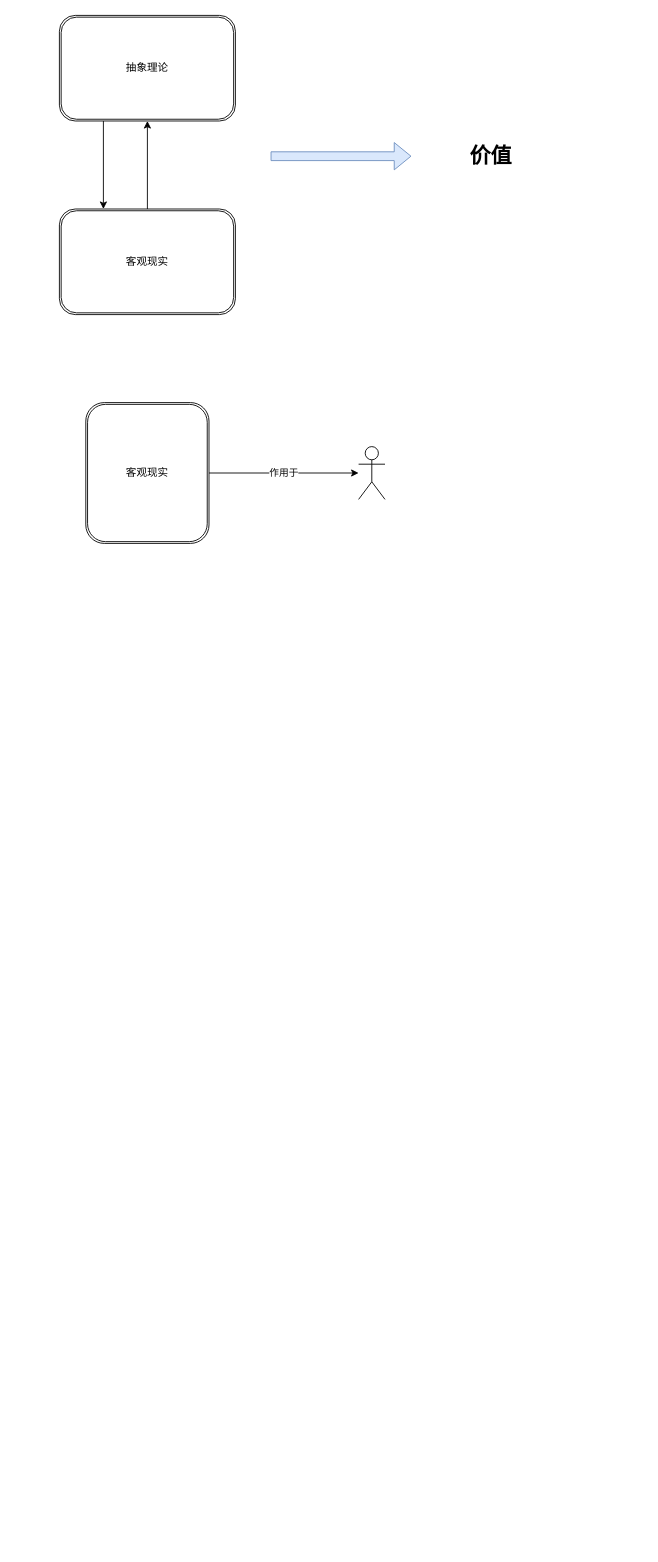
This is page "Page-8" (8 of 8) of snail_process.drawio from cpu6660/knight, a draw.io file, before an edit. Source tidied: cells renumbered, new cells numbered last; positions are measured from the earlier drawing's top-left corner, leaving out a move shared by most shapes. Both pictures are drawn from the tidied source at 88%, with x=0, y=0 at pixel (59, 15).
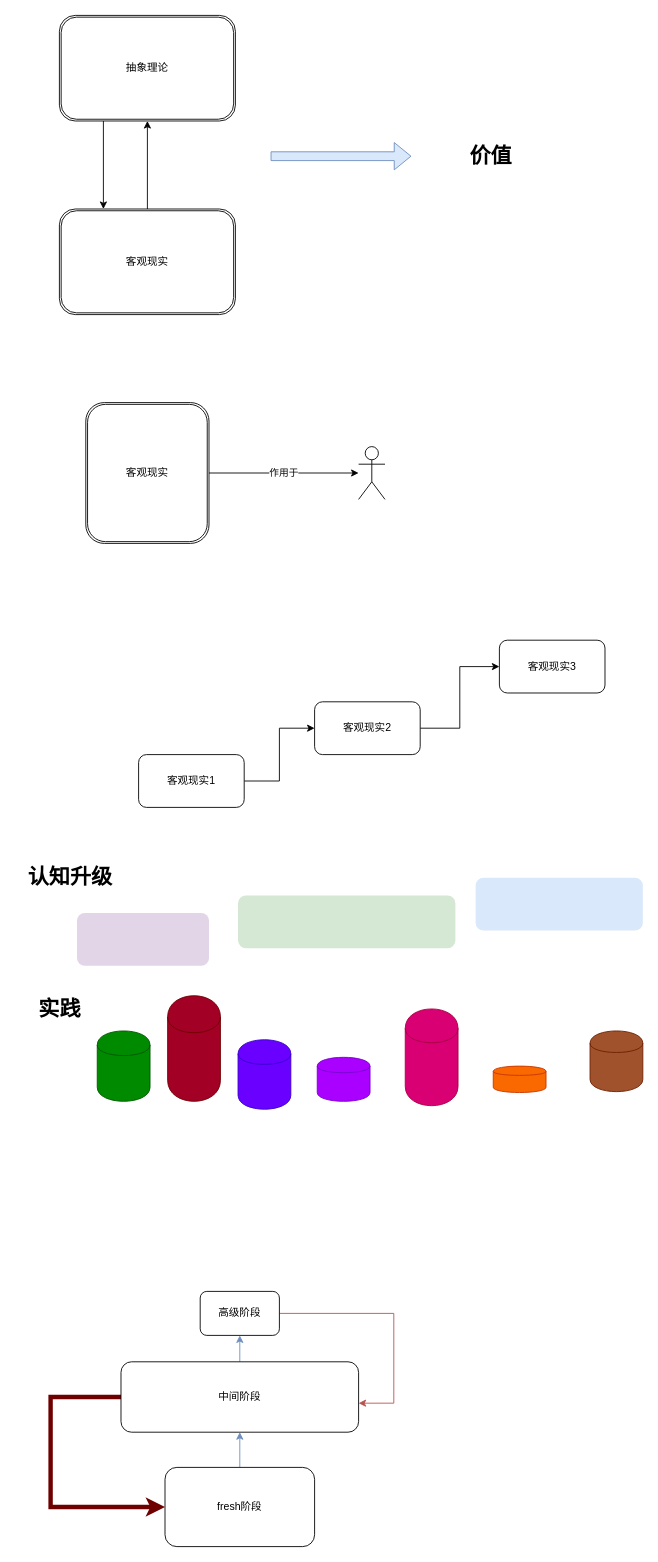
Above is the later version.

Change to the diagram source:
```diff
@@
+    <mxCell id="11" style="edgeStyle=orthogonalEdgeStyle;rounded=0;jettySize=auto;html=1;exitX=1;exitY=0.5;exitDx=0;exitDy=0;" parent="1" edge="1" source="12" target="14">
+      <mxGeometry relative="1" as="geometry" />
+    </mxCell>
+    <mxCell id="12" value="客观现实1" style="rounded=1;whiteSpace=wrap;html=1;" parent="1" vertex="1">
+      <mxGeometry x="90" y="840" width="120" height="60" as="geometry" />
+    </mxCell>
+    <mxCell id="13" style="edgeStyle=orthogonalEdgeStyle;rounded=0;jettySize=auto;html=1;exitX=1;exitY=0.5;exitDx=0;exitDy=0;entryX=0;entryY=0.5;entryDx=0;entryDy=0;" parent="1" edge="1" source="14" target="15">
+      <mxGeometry relative="1" as="geometry" />
+    </mxCell>
+    <mxCell id="14" value="客观现实2" style="rounded=1;whiteSpace=wrap;html=1;" parent="1" vertex="1">
+      <mxGeometry x="290" y="780" width="120" height="60" as="geometry" />
+    </mxCell>
+    <mxCell id="15" value="客观现实3" style="rounded=1;whiteSpace=wrap;html=1;" parent="1" vertex="1">
+      <mxGeometry x="500" y="710" width="120" height="60" as="geometry" />
+    </mxCell>
+    <mxCell id="16" style="shape=cylinder;whiteSpace=wrap;html=1;boundedLbl=1;backgroundOutline=1;fillColor=#008a00;strokeColor=#005700;fontColor=#ffffff;" parent="1" vertex="1">
+      <mxGeometry x="43" y="1154" width="60" height="80" as="geometry" />
+    </mxCell>
+    <mxCell id="17" style="shape=cylinder;whiteSpace=wrap;html=1;boundedLbl=1;backgroundOutline=1;fillColor=#a20025;strokeColor=#6F0000;fontColor=#ffffff;" parent="1" vertex="1">
+      <mxGeometry x="123" y="1114" width="60" height="120" as="geometry" />
+    </mxCell>
+    <mxCell id="18" style="shape=cylinder;whiteSpace=wrap;html=1;boundedLbl=1;backgroundOutline=1;fillColor=#6a00ff;strokeColor=#3700CC;fontColor=#ffffff;" parent="1" vertex="1">
+      <mxGeometry x="203" y="1164" width="60" height="79" as="geometry" />
+    </mxCell>
+    <mxCell id="19" style="shape=cylinder;whiteSpace=wrap;html=1;boundedLbl=1;backgroundOutline=1;fillColor=#aa00ff;strokeColor=#7700CC;fontColor=#ffffff;" parent="1" vertex="1">
+      <mxGeometry x="293" y="1184" width="60" height="50" as="geometry" />
+    </mxCell>
+    <mxCell id="20" style="shape=cylinder;whiteSpace=wrap;html=1;boundedLbl=1;backgroundOutline=1;fillColor=#d80073;strokeColor=#A50040;fontColor=#ffffff;" parent="1" vertex="1">
+      <mxGeometry x="393" y="1129" width="60" height="110" as="geometry" />
+    </mxCell>
+    <mxCell id="21" style="shape=cylinder;whiteSpace=wrap;html=1;boundedLbl=1;backgroundOutline=1;fillColor=#fa6800;strokeColor=#C73500;fontColor=#ffffff;" parent="1" vertex="1">
+      <mxGeometry x="493" y="1194" width="60" height="30" as="geometry" />
+    </mxCell>
+    <mxCell id="22" style="shape=cylinder;whiteSpace=wrap;html=1;boundedLbl=1;backgroundOutline=1;fillColor=#a0522d;strokeColor=#6D1F00;fontColor=#ffffff;" parent="1" vertex="1">
+      <mxGeometry x="603" y="1154" width="60" height="69" as="geometry" />
+    </mxCell>
+    <mxCell id="23" style="rounded=1;whiteSpace=wrap;html=1;fillColor=#e1d5e7;strokeColor=none;" parent="1" vertex="1">
+      <mxGeometry x="20" y="1020" width="150" height="60" as="geometry" />
+    </mxCell>
+    <mxCell id="24" style="rounded=1;whiteSpace=wrap;html=1;fillColor=#d5e8d4;strokeColor=none;" parent="1" vertex="1">
+      <mxGeometry x="203" y="1000" width="247" height="60" as="geometry" />
+    </mxCell>
+    <mxCell id="25" style="rounded=1;whiteSpace=wrap;html=1;fillColor=#dae8fc;strokeColor=none;" parent="1" vertex="1">
+      <mxGeometry x="473" y="980" width="190" height="60" as="geometry" />
+    </mxCell>
+    <mxCell id="26" value="实践" style="text;strokeColor=none;fillColor=none;html=1;fontSize=24;fontStyle=1;verticalAlign=middle;align=center;" parent="1" vertex="1">
+      <mxGeometry x="-50" y="1109" width="100" height="40" as="geometry" />
+    </mxCell>
+    <mxCell id="27" value="认知升级" style="text;strokeColor=none;fillColor=none;html=1;fontSize=24;fontStyle=1;verticalAlign=middle;align=center;" parent="1" vertex="1">
+      <mxGeometry x="-38" y="960" width="100" height="40" as="geometry" />
+    </mxCell>
+    <mxCell id="28" style="edgeStyle=orthogonalEdgeStyle;rounded=0;jettySize=auto;html=1;exitX=0.5;exitY=0;exitDx=0;exitDy=0;entryX=0.5;entryY=1;entryDx=0;entryDy=0;fillColor=#dae8fc;strokeColor=#6c8ebf;" parent="1" edge="1" source="29" target="32">
+      <mxGeometry relative="1" as="geometry" />
+    </mxCell>
+    <mxCell id="29" value="fresh阶段" style="rounded=1;whiteSpace=wrap;html=1;" parent="1" vertex="1">
+      <mxGeometry x="120" y="1650" width="170" height="90" as="geometry" />
+    </mxCell>
+    <mxCell id="30" style="edgeStyle=orthogonalEdgeStyle;rounded=0;jettySize=auto;html=1;exitX=0.5;exitY=0;exitDx=0;exitDy=0;entryX=0.5;entryY=1;entryDx=0;entryDy=0;fillColor=#dae8fc;strokeColor=#6c8ebf;" parent="1" edge="1" source="32" target="34">
+      <mxGeometry relative="1" as="geometry" />
+    </mxCell>
+    <mxCell id="31" style="edgeStyle=orthogonalEdgeStyle;rounded=0;jettySize=auto;html=1;entryX=0;entryY=0.5;entryDx=0;entryDy=0;fillColor=#a20025;strokeColor=#6F0000;strokeWidth=5;" parent="1" edge="1" source="32" target="29">
+      <mxGeometry relative="1" as="geometry">
+        <Array as="points">
+          <mxPoint x="-10" y="1570" />
+          <mxPoint x="-10" y="1695" />
+        </Array>
+      </mxGeometry>
+    </mxCell>
+    <mxCell id="32" value="中间阶段" style="rounded=1;whiteSpace=wrap;html=1;" parent="1" vertex="1">
+      <mxGeometry x="70" y="1530" width="270" height="80" as="geometry" />
+    </mxCell>
+    <mxCell id="33" style="edgeStyle=orthogonalEdgeStyle;rounded=0;jettySize=auto;html=1;exitX=1;exitY=0.5;exitDx=0;exitDy=0;entryX=1;entryY=0.588;entryDx=0;entryDy=0;entryPerimeter=0;fillColor=#f8cecc;strokeColor=#b85450;" parent="1" edge="1" source="34" target="32">
+      <mxGeometry relative="1" as="geometry">
+        <Array as="points">
+          <mxPoint x="380" y="1475" />
+          <mxPoint x="380" y="1577" />
+        </Array>
+      </mxGeometry>
+    </mxCell>
+    <mxCell id="34" value="高级阶段" style="rounded=1;whiteSpace=wrap;html=1;" parent="1" vertex="1">
+      <mxGeometry x="160" y="1450" width="90" height="50" as="geometry" />
+    </mxCell>
```
